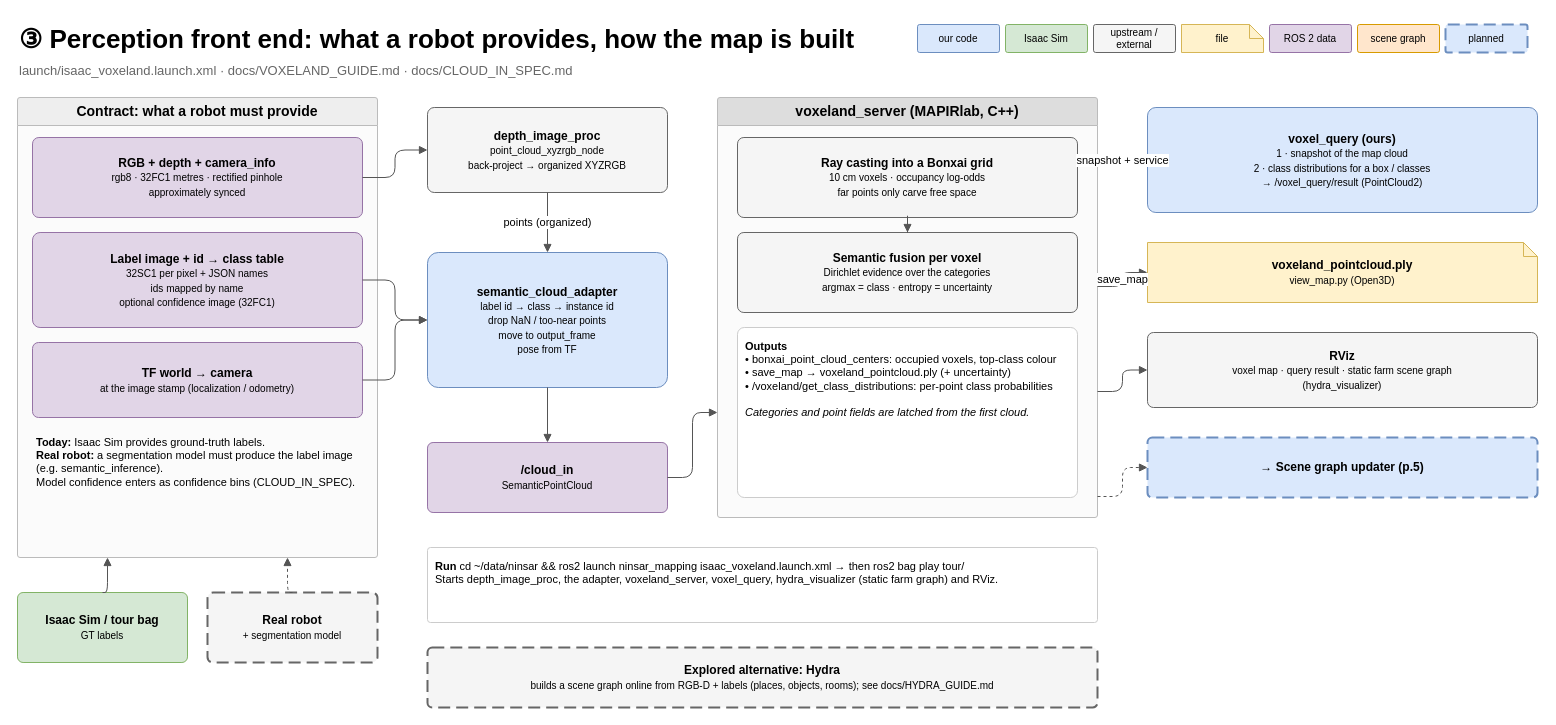
Above: page "4 Perception front end" (5 of 10) of docs/diagrams/ninsar_overview.drawio in luisfelipewb/ninsar_scene_understanding (draw.io), before the change. Source tidied: cells renumbered, new cells numbered last; positions are measured from the earlier drawing's top-left corner, leaving out a move shared by most shapes. Both pictures are drawn from the tidied source at 100%, with x=0, y=0 at pixel (17, 17).
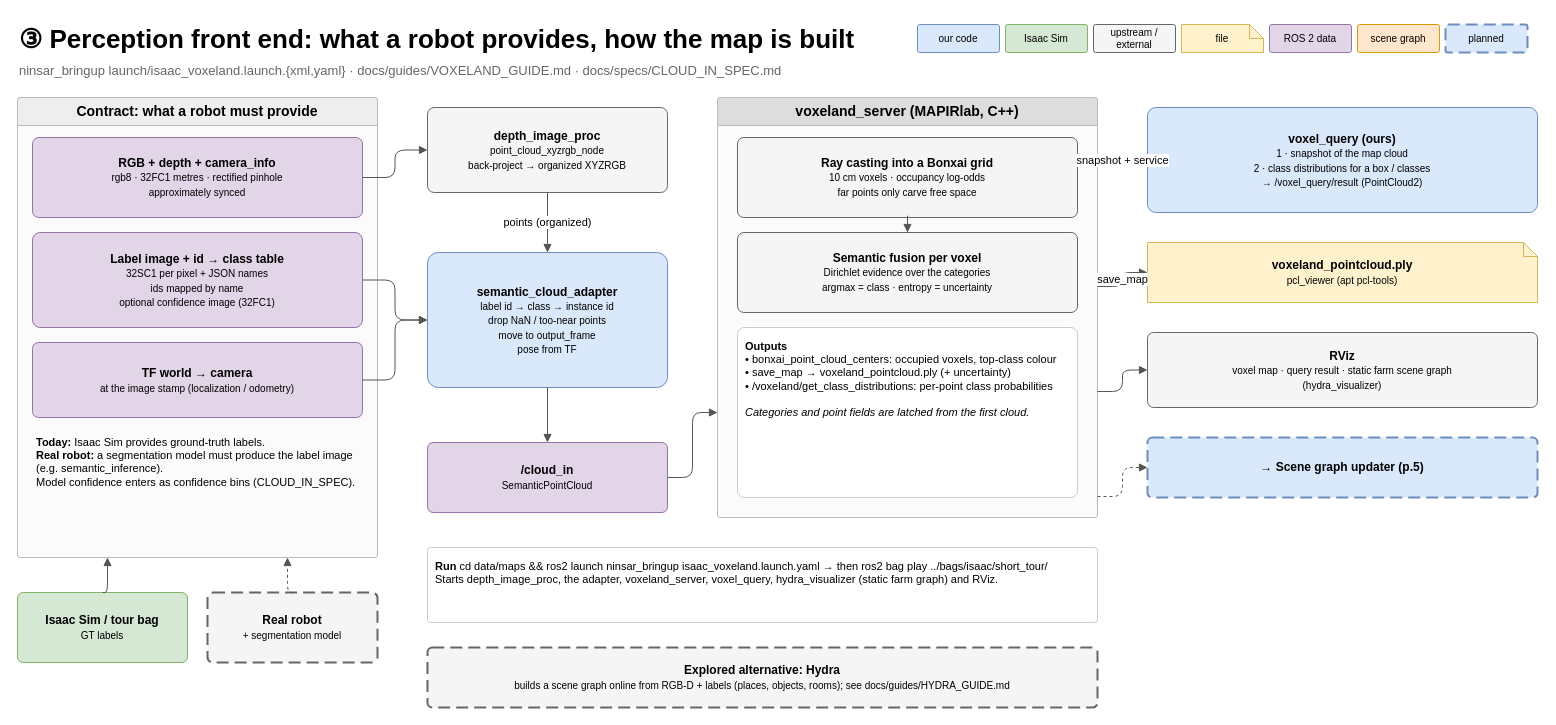
The same diagram, later.

Diff of the diagram source:
```diff
@@
-    <mxCell id="3" value="launch/isaac_voxeland.launch.xml · docs/VOXELAND_GUIDE.md · docs/CLOUD_IN_SPEC.md" style="text;html=1;align=left;verticalAlign=middle;fontSize=13;fontColor=#666666;whiteSpace=wrap;" parent="1" vertex="1">
+    <mxCell id="3" value="ninsar_bringup launch/isaac_voxeland.launch.{xml,yaml} · docs/guides/VOXELAND_GUIDE.md · docs/specs/CLOUD_IN_SPEC.md" style="text;html=1;align=left;verticalAlign=middle;fontSize=13;fontColor=#666666;whiteSpace=wrap;" parent="1" vertex="1">
       <mxGeometry y="40" width="880" height="26" as="geometry" />
     </mxCell>
@@
-    <mxCell id="35" value="&lt;b&gt;voxeland_pointcloud.ply&lt;/b&gt;&lt;br&gt;&lt;font style=&quot;font-size:10px&quot;&gt;view_map.py (Open3D)&lt;/font&gt;" style="shape=note;size=14;whiteSpace=wrap;html=1;fontSize=12;spacing=6;fillColor=#fff2cc;strokeColor=#d6b656;" parent="1" vertex="1">
+    <mxCell id="35" value="&lt;b&gt;voxeland_pointcloud.ply&lt;/b&gt;&lt;br&gt;&lt;font style=&quot;font-size:10px&quot;&gt;pcl_viewer (apt pcl-tools)&lt;/font&gt;" style="shape=note;size=14;whiteSpace=wrap;html=1;fontSize=12;spacing=6;fillColor=#fff2cc;strokeColor=#d6b656;" parent="1" vertex="1">
       <mxGeometry x="1130" y="225" width="390" height="60" as="geometry" />
     </mxCell>
@@
-    <mxCell id="42" value="&lt;b&gt;Run&lt;/b&gt;  cd ~/data/ninsar &amp;&amp; ros2 launch ninsar_mapping isaac_voxeland.launch.xml  →  then  ros2 bag play tour/&lt;br&gt;Starts depth_image_proc, the adapter, voxeland_server, voxel_query, hydra_visualizer (static farm graph) and RViz." style="rounded=1;arcSize=4;whiteSpace=wrap;html=1;align=left;verticalAlign=top;fontSize=11;spacing=8;fillColor=#ffffff;strokeColor=#cccccc;" parent="1" vertex="1">
+    <mxCell id="42" value="&lt;b&gt;Run&lt;/b&gt;  cd data/maps &amp;&amp; ros2 launch ninsar_bringup isaac_voxeland.launch.yaml  →  then  ros2 bag play ../bags/isaac/short_tour/&lt;br&gt;Starts depth_image_proc, the adapter, voxeland_server, voxel_query, hydra_visualizer (static farm graph) and RViz." style="rounded=1;arcSize=4;whiteSpace=wrap;html=1;align=left;verticalAlign=top;fontSize=11;spacing=8;fillColor=#ffffff;strokeColor=#cccccc;" parent="1" vertex="1">
       <mxGeometry x="410" y="530" width="670" height="75" as="geometry" />
     </mxCell>
-    <mxCell id="43" value="&lt;b&gt;Explored alternative: Hydra&lt;/b&gt;&lt;br&gt;&lt;font style=&quot;font-size:10px&quot;&gt;builds a scene graph online from RGB-D + labels (places, objects, rooms); see docs/HYDRA_GUIDE.md&lt;/font&gt;" style="rounded=1;whiteSpace=wrap;html=1;arcSize=8;fontSize=12;spacing=6;fillColor=#f5f5f5;strokeColor=#666666;dashed=1;dashPattern=6 3;strokeWidth=2;" parent="1" vertex="1">
+    <mxCell id="43" value="&lt;b&gt;Explored alternative: Hydra&lt;/b&gt;&lt;br&gt;&lt;font style=&quot;font-size:10px&quot;&gt;builds a scene graph online from RGB-D + labels (places, objects, rooms); see docs/guides/HYDRA_GUIDE.md&lt;/font&gt;" style="rounded=1;whiteSpace=wrap;html=1;arcSize=8;fontSize=12;spacing=6;fillColor=#f5f5f5;strokeColor=#666666;dashed=1;dashPattern=6 3;strokeWidth=2;" parent="1" vertex="1">
       <mxGeometry x="410" y="630" width="670" height="60" as="geometry" />
     </mxCell>
```
